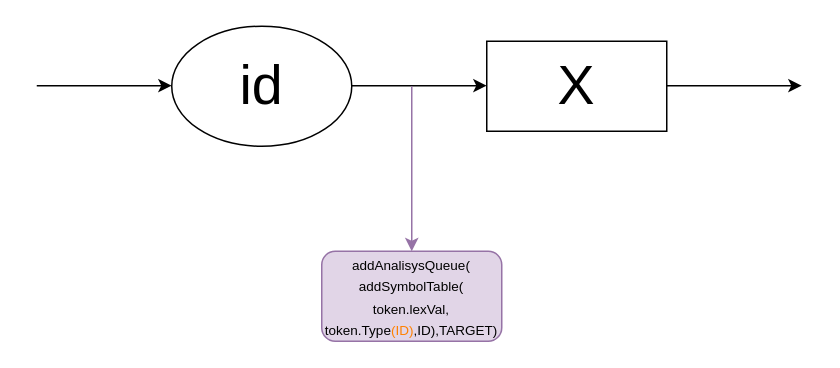
Above: grafosSintaticos/semanticRules/l_sr.drawio in AdrianoII/gccc (draw.io), before the change. Source tidied: cells renumbered, new cells numbered last; positions are measured from the earlier drawing's top-left corner, leaving out a move shared by most shapes. Both pictures are drawn from the tidied source at 150%, with x=0, y=0 at pixel (36, 26).
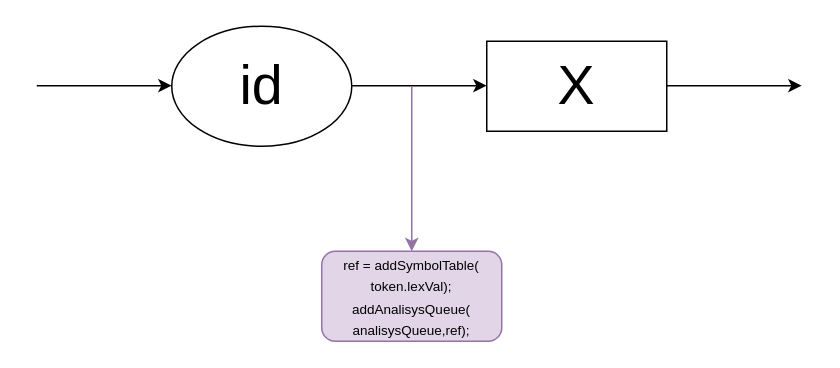
The same diagram, later.

Diff of the diagram source:
```diff
@@
 <mxGraphModel>
   <root>
     <mxCell id="0" />
     <mxCell id="1" parent="0" />
     <mxCell id="2" style="group;" parent="1" vertex="1">
       <mxGeometry width="510" height="80" as="geometry" />
     </mxCell>
     <mxCell id="3" value="&lt;font style=&quot;font-size: 37px&quot;&gt;id&lt;/font&gt;" style="ellipse;whiteSpace=wrap;html=1;" parent="2" vertex="1">
       <mxGeometry x="90" width="120" height="80" as="geometry" />
     </mxCell>
     <mxCell id="4" style="endArrow=classic;html=1;entryX=0;entryY=0.5;entryDx=0;entryDy=0;" parent="2" edge="1">
       <mxGeometry relative="1" as="geometry">
         <mxPoint x="210" y="39.6" as="sourcePoint" />
         <mxPoint x="300" y="39.6" as="targetPoint" />
       </mxGeometry>
     </mxCell>
     <mxCell id="5" style="endArrow=classic;html=1;entryX=0;entryY=0.5;entryDx=0;entryDy=0;" parent="2" edge="1">
       <mxGeometry relative="1" as="geometry">
         <mxPoint y="39.6" as="sourcePoint" />
         <mxPoint x="90" y="39.6" as="targetPoint" />
       </mxGeometry>
     </mxCell>
     <mxCell id="6" value="&lt;font style=&quot;font-size: 37px&quot;&gt;X&lt;/font&gt;" style="rounded=0;whiteSpace=wrap;html=1;" parent="2" vertex="1">
       <mxGeometry x="300" y="10" width="120" height="60" as="geometry" />
     </mxCell>
     <mxCell id="7" style="endArrow=classic;html=1;entryX=0;entryY=0.5;entryDx=0;entryDy=0;" parent="2" edge="1">
       <mxGeometry relative="1" as="geometry">
         <mxPoint x="420" y="39.6" as="sourcePoint" />
         <mxPoint x="510" y="39.6" as="targetPoint" />
       </mxGeometry>
     </mxCell>
     <mxCell id="8" style="endArrow=classic;html=1;fillColor=#e1d5e7;strokeColor=#9673a6;" parent="1" edge="1">
       <mxGeometry relative="1" as="geometry">
         <mxPoint x="250" y="40" as="sourcePoint" />
         <mxPoint x="250" y="150" as="targetPoint" />
       </mxGeometry>
     </mxCell>
-    <mxCell id="9" value="&lt;font style=&quot;font-size: 9px&quot;&gt;addAnalisysQueue(&lt;br&gt;addSymbolTable(&lt;br&gt;token.lexVal,&lt;br&gt;token.Type&lt;font color=&quot;#ff8000&quot; style=&quot;font-size: 9px&quot;&gt;(ID)&lt;/font&gt;,ID),TARGET)&lt;br&gt;&lt;/font&gt;" style="rounded=1;whiteSpace=wrap;html=1;fillColor=#e1d5e7;strokeColor=#9673a6;" parent="1" vertex="1">
+    <mxCell id="9" value="&lt;font style=&quot;font-size: 9px&quot;&gt;ref = addSymbolTable(&lt;br&gt;token.lexVal);&lt;br&gt;addAnalisysQueue(&lt;br&gt;analisysQueue,ref);&lt;br&gt;&lt;/font&gt;" style="rounded=1;whiteSpace=wrap;html=1;fillColor=#e1d5e7;strokeColor=#9673a6;" parent="1" vertex="1">
       <mxGeometry x="190" y="150" width="120" height="60" as="geometry" />
     </mxCell>
   </root>
 </mxGraphModel>
```
